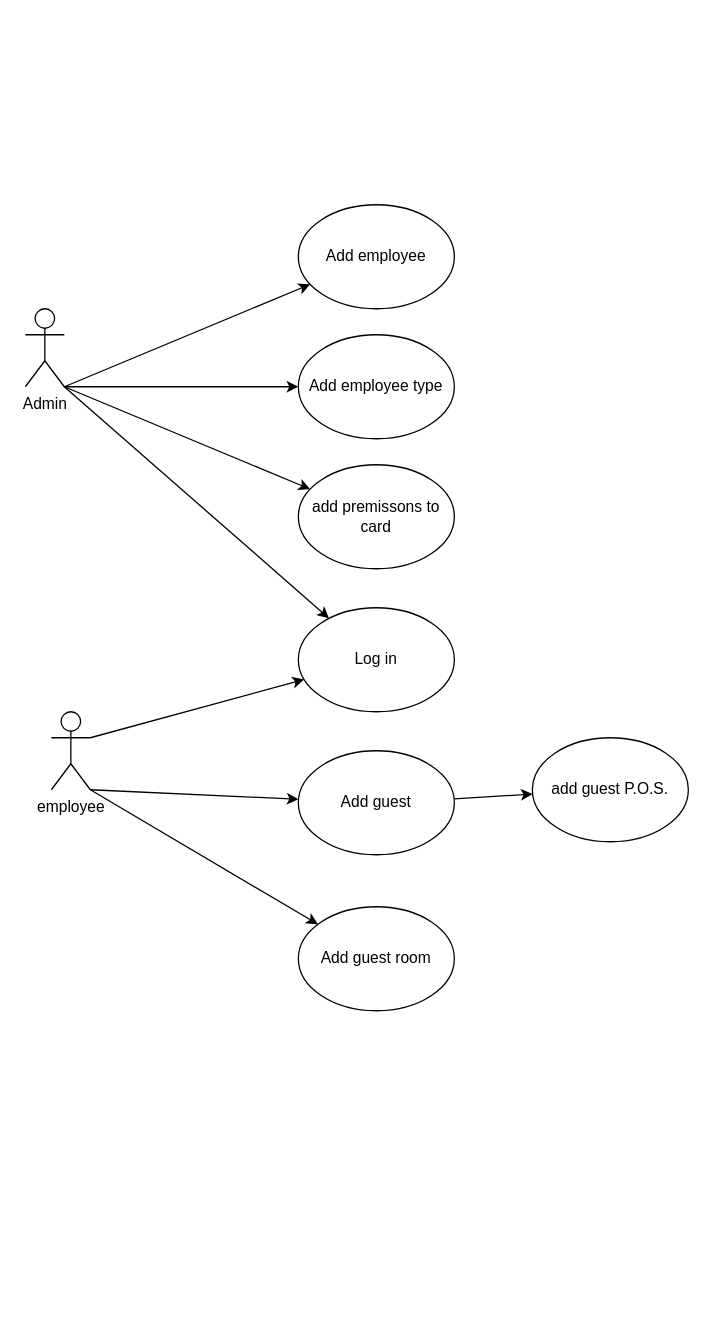
Earlier version of the draw.io diagram doc/umlUseCase.drawio (Brisoul/Hotel-bussiness-administration). Source tidied: cells renumbered, new cells numbered last; positions are measured from the earlier drawing's top-left corner, leaving out a move shared by most shapes. Both pictures are drawn from the tidied source at 130%, with x=0, y=0 at pixel (25, 204).
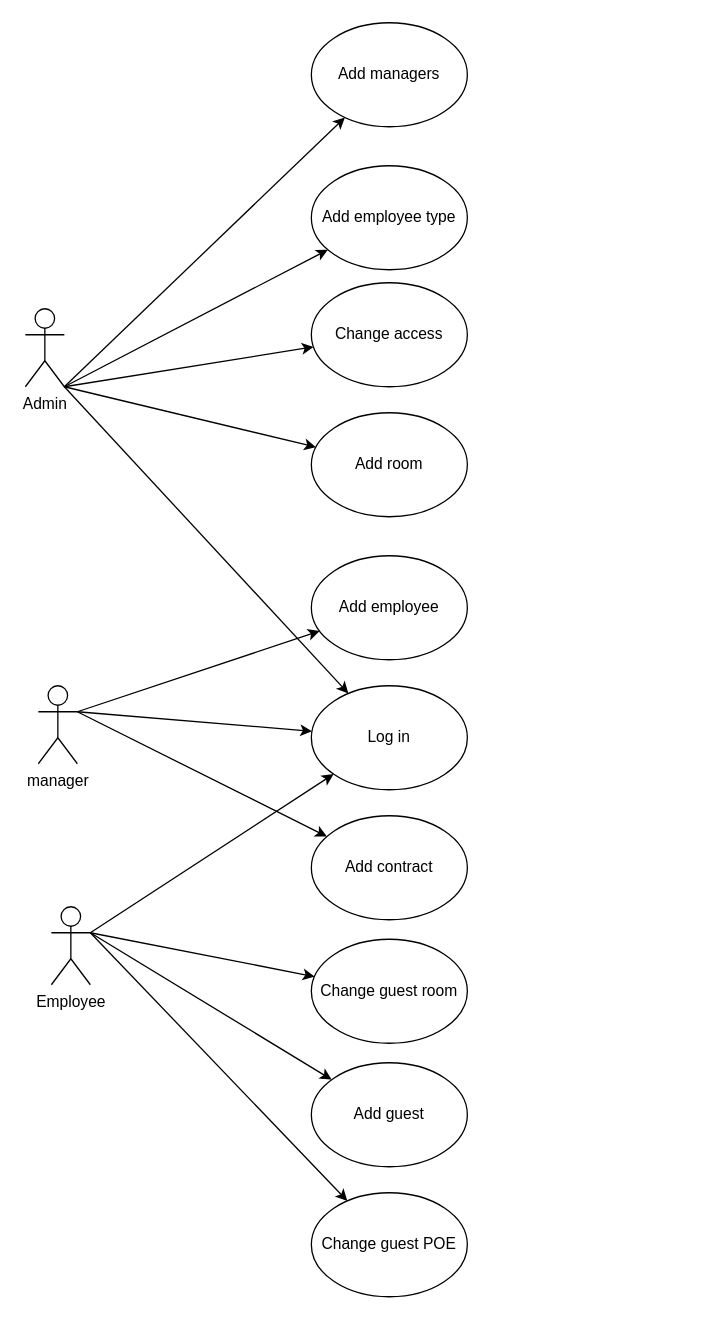
After the change.

Unchanged cells that the change refers to:
```xml
<mxCell id="10" value="Admin" style="shape=umlActor;verticalLabelPosition=bottom;verticalAlign=top;html=1;outlineConnect=0;" parent="1" vertex="1">
  <mxGeometry y="80" width="30" height="60" as="geometry" />
</mxCell>
```

The edit, as a diff of the source:
```diff
@@
-    <mxCell id="3" style="edgeStyle=none;rounded=0;jettySize=auto;html=1;exitX=1;exitY=1;exitDx=0;exitDy=0;exitPerimeter=0;" parent="1" edge="1" source="5" target="13">
-      <mxGeometry relative="1" as="geometry" />
-    </mxCell>
-    <mxCell id="4" style="edgeStyle=none;rounded=0;jettySize=auto;html=1;exitX=1;exitY=1;exitDx=0;exitDy=0;exitPerimeter=0;" parent="1" edge="1" source="5" target="18">
-      <mxGeometry relative="1" as="geometry" />
-    </mxCell>
+    <mxCell id="19" style="rounded=0;jettySize=auto;html=1;exitX=1;exitY=0.3333333333333333;exitDx=0;exitDy=0;exitPerimeter=0;" parent="1" edge="1" source="5" target="29">
+      <mxGeometry relative="1" as="geometry" />
+    </mxCell>
+    <mxCell id="20" style="edgeStyle=none;rounded=0;jettySize=auto;html=1;exitX=1;exitY=0.3333333333333333;exitDx=0;exitDy=0;exitPerimeter=0;" parent="1" edge="1" source="5" target="17">
+      <mxGeometry relative="1" as="geometry" />
+    </mxCell>
-    <mxCell id="5" value="employee" style="shape=umlActor;verticalLabelPosition=bottom;verticalAlign=top;html=1;outlineConnect=0;" parent="1" vertex="1">
-      <mxGeometry x="20" y="390" width="30" height="60" as="geometry" />
+    <mxCell id="5" value="manager" style="shape=umlActor;verticalLabelPosition=bottom;verticalAlign=top;html=1;outlineConnect=0;" parent="1" vertex="1">
+      <mxGeometry x="10" y="370" width="30" height="60" as="geometry" />
     </mxCell>
@@
-    <mxCell id="9" style="edgeStyle=none;rounded=0;jettySize=auto;html=1;exitX=1;exitY=1;exitDx=0;exitDy=0;exitPerimeter=0;" parent="1" edge="1" source="10" target="17">
-      <mxGeometry relative="1" as="geometry" />
-    </mxCell>
+    <mxCell id="21" style="edgeStyle=none;rounded=0;jettySize=auto;html=1;exitX=1;exitY=1;exitDx=0;exitDy=0;exitPerimeter=0;" parent="1" edge="1" source="10" target="30">
+      <mxGeometry relative="1" as="geometry" />
+    </mxCell>
+    <mxCell id="22" style="edgeStyle=none;rounded=0;jettySize=auto;html=1;exitX=1;exitY=1;exitDx=0;exitDy=0;exitPerimeter=0;" parent="1" edge="1" source="10" target="32">
+      <mxGeometry relative="1" as="geometry" />
+    </mxCell>
@@
     <mxCell id="11" value="Log in" style="ellipse;whiteSpace=wrap;html=1;" parent="1" vertex="1">
-      <mxGeometry x="210" y="310" width="120" height="80" as="geometry" />
+      <mxGeometry x="220" y="370" width="120" height="80" as="geometry" />
     </mxCell>
-    <mxCell id="12" style="edgeStyle=none;rounded=0;jettySize=auto;html=1;" parent="1" edge="1" source="13" target="16">
-      <mxGeometry relative="1" as="geometry" />
-    </mxCell>
     <mxCell id="13" value="Add guest" style="ellipse;whiteSpace=wrap;html=1;" parent="1" vertex="1">
-      <mxGeometry x="210" y="420" width="120" height="80" as="geometry" />
+      <mxGeometry x="220" y="660" width="120" height="80" as="geometry" />
     </mxCell>
-    <mxCell id="14" value="Add employee" style="ellipse;whiteSpace=wrap;html=1;" parent="1" vertex="1">
-      <mxGeometry x="210" width="120" height="80" as="geometry" />
+    <mxCell id="14" value="Add managers" style="ellipse;whiteSpace=wrap;html=1;" parent="1" vertex="1">
+      <mxGeometry x="220" y="-140" width="120" height="80" as="geometry" />
     </mxCell>
     <mxCell id="15" value="Add employee type" style="ellipse;whiteSpace=wrap;html=1;" parent="1" vertex="1">
-      <mxGeometry x="210" y="100" width="120" height="80" as="geometry" />
+      <mxGeometry x="220" y="-30" width="120" height="80" as="geometry" />
     </mxCell>
-    <mxCell id="16" value="add guest P.O.S." style="ellipse;whiteSpace=wrap;html=1;" parent="1" vertex="1">
-      <mxGeometry x="390" y="410" width="120" height="80" as="geometry" />
-    </mxCell>
-    <mxCell id="17" value="add premissons to card" style="ellipse;whiteSpace=wrap;html=1;" parent="1" vertex="1">
-      <mxGeometry x="210" y="200" width="120" height="80" as="geometry" />
+    <mxCell id="17" value="Add contract" style="ellipse;whiteSpace=wrap;html=1;" parent="1" vertex="1">
+      <mxGeometry x="220" y="470" width="120" height="80" as="geometry" />
     </mxCell>
-    <mxCell id="18" value="Add guest room" style="ellipse;whiteSpace=wrap;html=1;" parent="1" vertex="1">
-      <mxGeometry x="210" y="540" width="120" height="80" as="geometry" />
-    </mxCell>
+    <mxCell id="23" value="Change guest POE" style="ellipse;whiteSpace=wrap;html=1;" parent="1" vertex="1">
+      <mxGeometry x="220" y="760" width="120" height="80" as="geometry" />
+    </mxCell>
+    <mxCell id="24" style="edgeStyle=none;rounded=0;jettySize=auto;html=1;exitX=1;exitY=0.3333333333333333;exitDx=0;exitDy=0;exitPerimeter=0;" parent="1" edge="1" source="27" target="13">
+      <mxGeometry relative="1" as="geometry" />
+    </mxCell>
+    <mxCell id="25" style="edgeStyle=none;rounded=0;jettySize=auto;html=1;exitX=1;exitY=0.3333333333333333;exitDx=0;exitDy=0;exitPerimeter=0;" parent="1" edge="1" source="27" target="23">
+      <mxGeometry relative="1" as="geometry" />
+    </mxCell>
+    <mxCell id="26" style="edgeStyle=none;rounded=0;jettySize=auto;html=1;exitX=1;exitY=0.3333333333333333;exitDx=0;exitDy=0;exitPerimeter=0;" parent="1" edge="1" source="27" target="31">
+      <mxGeometry relative="1" as="geometry" />
+    </mxCell>
+    <mxCell id="27" value="Employee" style="shape=umlActor;verticalLabelPosition=bottom;verticalAlign=top;html=1;outlineConnect=0;" parent="1" vertex="1">
+      <mxGeometry x="20" y="540" width="30" height="60" as="geometry" />
+    </mxCell>
+    <mxCell id="28" style="endArrow=classic;html=1;rounded=0;exitX=1;exitY=0.3333333333333333;exitDx=0;exitDy=0;exitPerimeter=0;" parent="1" edge="1" source="27" target="11">
+      <mxGeometry relative="1" as="geometry" />
+    </mxCell>
+    <mxCell id="29" value="Add employee" style="ellipse;whiteSpace=wrap;html=1;" parent="1" vertex="1">
+      <mxGeometry x="220" y="270" width="120" height="80" as="geometry" />
+    </mxCell>
+    <mxCell id="30" value="Add room" style="ellipse;whiteSpace=wrap;html=1;" parent="1" vertex="1">
+      <mxGeometry x="220" y="160" width="120" height="80" as="geometry" />
+    </mxCell>
+    <mxCell id="31" value="Change guest room" style="ellipse;whiteSpace=wrap;html=1;" parent="1" vertex="1">
+      <mxGeometry x="220" y="565" width="120" height="80" as="geometry" />
+    </mxCell>
+    <mxCell id="32" value="Change access" style="ellipse;whiteSpace=wrap;html=1;" parent="1" vertex="1">
+      <mxGeometry x="220" y="60" width="120" height="80" as="geometry" />
+    </mxCell>
```
